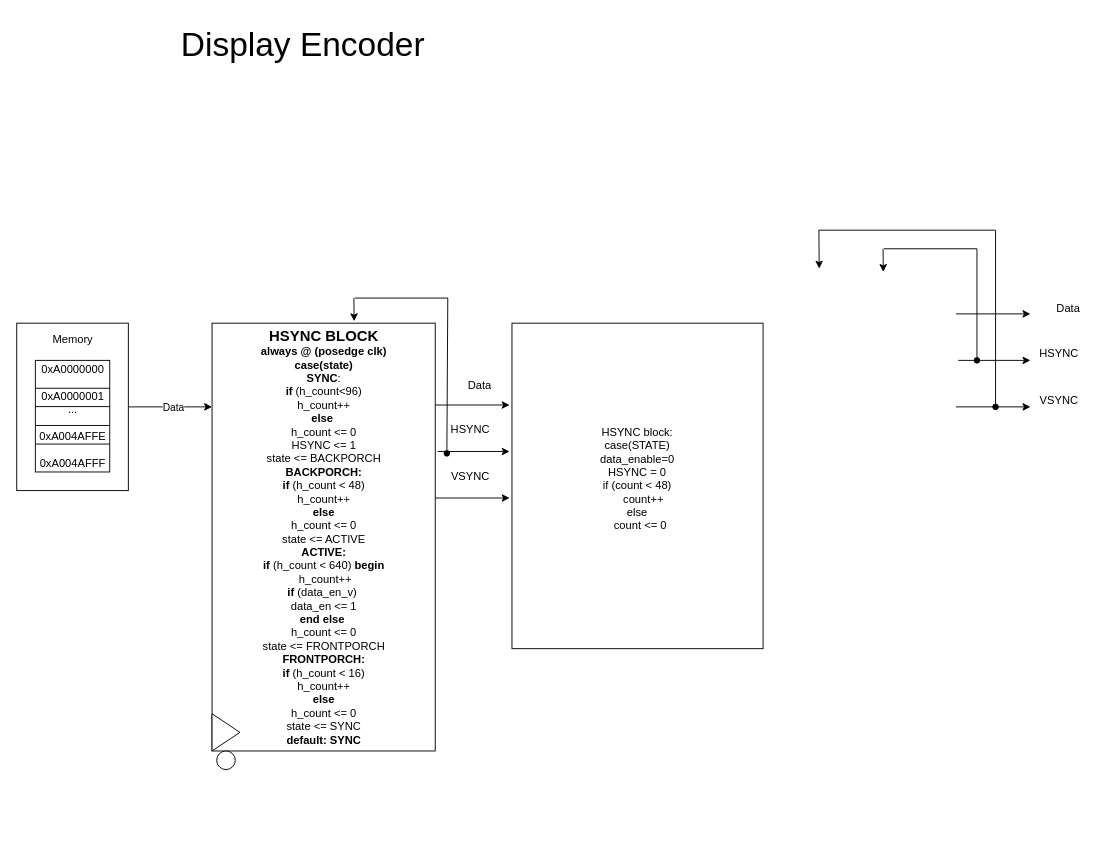
Above: Display_Encoder.drawio in limichael246/STARS_2024 (draw.io), before the change. Source tidied: cells renumbered, new cells numbered last; positions are measured from the earlier drawing's top-left corner, leaving out a move shared by most shapes. Both pictures are drawn from the tidied source at 93%, with x=0, y=0 at pixel (17, 16).
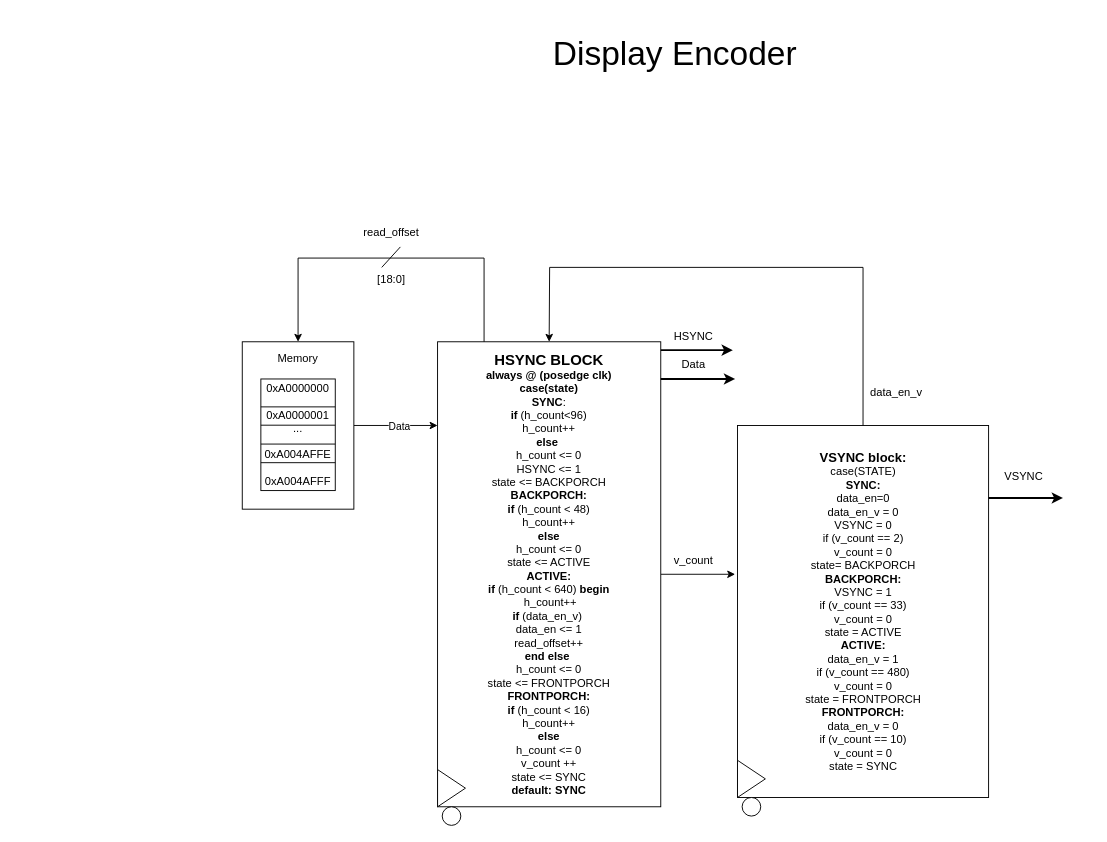
The same page after the edit.

Change to the diagram source:
```diff
@@
     <mxCell id="2" value="&lt;font style=&quot;font-size: 36px;&quot;&gt;Display Encoder&lt;/font&gt;" style="text;html=1;align=center;verticalAlign=middle;strokeColor=none;fillColor=none;" parent="1" vertex="1">
-      <mxGeometry x="162" width="290" height="60" as="geometry" />
+      <mxGeometry x="562" y="10" width="290" height="60" as="geometry" />
     </mxCell>
     <mxCell id="3" style="edgeStyle=none;rounded=0;jettySize=auto;html=1;exitX=1;exitY=0.5;exitDx=0;exitDy=0;" parent="1" edge="1" source="5">
       <mxGeometry relative="1" as="geometry">
-        <mxPoint x="209.5" y="420" as="targetPoint" />
+        <mxPoint x="452" y="440" as="targetPoint" />
       </mxGeometry>
     </mxCell>
@@
     <mxCell id="5" value="Memory&lt;div&gt;&lt;br&gt;&lt;/div&gt;&lt;div&gt;&lt;br&gt;&lt;/div&gt;&lt;div&gt;&lt;br&gt;&lt;/div&gt;&lt;div&gt;&lt;br&gt;&lt;/div&gt;&lt;div&gt;&lt;br&gt;&lt;/div&gt;&lt;div&gt;&lt;br&gt;&lt;/div&gt;&lt;div&gt;&lt;br&gt;&lt;/div&gt;&lt;div&gt;&lt;br&gt;&lt;/div&gt;&lt;div&gt;&lt;br&gt;&lt;/div&gt;&lt;div&gt;&lt;br&gt;&lt;/div&gt;" style="whiteSpace=wrap;html=1;" parent="1" vertex="1">
-      <mxGeometry x="-0.5" y="330" width="120" height="180" as="geometry" />
+      <mxGeometry x="242" y="350" width="120" height="180" as="geometry" />
     </mxCell>
     <mxCell id="6" value="0xA0000000&lt;div&gt;&lt;br&gt;&lt;div&gt;0xA0000001&lt;/div&gt;&lt;div&gt;&lt;span style=&quot;background-color: initial;&quot;&gt;...&lt;/span&gt;&lt;br&gt;&lt;/div&gt;&lt;div&gt;&lt;span style=&quot;background-color: initial;&quot;&gt;&lt;br&gt;&lt;/span&gt;&lt;/div&gt;&lt;div&gt;&lt;span style=&quot;background-color: initial;&quot;&gt;0xA004AFFE&lt;/span&gt;&lt;br&gt;&lt;/div&gt;&lt;div&gt;&lt;br&gt;&lt;/div&gt;&lt;div&gt;&lt;div&gt;0xA004AFFF&lt;/div&gt;&lt;/div&gt;&lt;/div&gt;" style="whiteSpace=wrap;html=1;" parent="1" vertex="1">
-      <mxGeometry x="19.5" y="370" width="80" height="120" as="geometry" />
+      <mxGeometry x="262" y="390" width="80" height="120" as="geometry" />
     </mxCell>
     <mxCell id="7" style="edgeStyle=none;rounded=0;orthogonalLoop=1;jettySize=auto;html=1;exitX=0;exitY=0.5;exitDx=0;exitDy=0;entryX=1;entryY=0.5;entryDx=0;entryDy=0;endArrow=none;endFill=0;" parent="1" edge="1">
       <mxGeometry relative="1" as="geometry">
-        <mxPoint x="19.5" y="419.7" as="sourcePoint" />
-        <mxPoint x="99.5" y="419.7" as="targetPoint" />
+        <mxPoint x="262" y="439.7" as="sourcePoint" />
+        <mxPoint x="342" y="439.7" as="targetPoint" />
       </mxGeometry>
     </mxCell>
     <mxCell id="8" style="edgeStyle=none;rounded=0;orthogonalLoop=1;jettySize=auto;html=1;exitX=0;exitY=0.5;exitDx=0;exitDy=0;entryX=1;entryY=0.5;entryDx=0;entryDy=0;endArrow=none;endFill=0;" parent="1" edge="1">
       <mxGeometry relative="1" as="geometry">
-        <mxPoint x="19.5" y="400" as="sourcePoint" />
-        <mxPoint x="99.5" y="400" as="targetPoint" />
+        <mxPoint x="262" y="420" as="sourcePoint" />
+        <mxPoint x="342" y="420" as="targetPoint" />
       </mxGeometry>
     </mxCell>
     <mxCell id="9" style="edgeStyle=none;rounded=0;orthogonalLoop=1;jettySize=auto;html=1;exitX=0;exitY=0.5;exitDx=0;exitDy=0;entryX=1;entryY=0.5;entryDx=0;entryDy=0;endArrow=none;endFill=0;" parent="1" edge="1">
       <mxGeometry relative="1" as="geometry">
-        <mxPoint x="19.5" y="460" as="sourcePoint" />
-        <mxPoint x="99.5" y="460" as="targetPoint" />
+        <mxPoint x="262" y="480" as="sourcePoint" />
+        <mxPoint x="342" y="480" as="targetPoint" />
       </mxGeometry>
     </mxCell>
     <mxCell id="10" style="edgeStyle=none;rounded=0;orthogonalLoop=1;jettySize=auto;html=1;exitX=0;exitY=0.5;exitDx=0;exitDy=0;entryX=1;entryY=0.5;entryDx=0;entryDy=0;endArrow=none;endFill=0;" parent="1" edge="1">
       <mxGeometry relative="1" as="geometry">
-        <mxPoint x="19.5" y="440" as="sourcePoint" />
-        <mxPoint x="99.5" y="440" as="targetPoint" />
+        <mxPoint x="262" y="460" as="sourcePoint" />
+        <mxPoint x="342" y="460" as="targetPoint" />
       </mxGeometry>
     </mxCell>
-    <mxCell id="11" style="edgeStyle=none;rounded=0;orthogonalLoop=1;jettySize=auto;html=1;" parent="1" edge="1">
-      <mxGeometry relative="1" as="geometry">
-        <mxPoint x="1012" y="370" as="sourcePoint" />
-        <mxPoint x="1089.5" y="370" as="targetPoint" />
-      </mxGeometry>
-    </mxCell>
+    <mxCell id="36" style="edgeStyle=none;rounded=0;jettySize=auto;html=1;exitX=1;exitY=0.5;exitDx=0;exitDy=0;" parent="1" edge="1" source="12">
+      <mxGeometry relative="1" as="geometry">
+        <mxPoint x="772" y="600" as="targetPoint" />
+      </mxGeometry>
+    </mxCell>
-    <mxCell id="12" value="&lt;div&gt;&lt;b&gt;&lt;font size=&quot;3&quot;&gt;HSYNC BLOCK&lt;/font&gt;&lt;/b&gt;&lt;/div&gt;&lt;b&gt;always @ (posedge clk)&lt;/b&gt;&lt;div&gt;&lt;b&gt;case(state)&lt;/b&gt;&lt;/div&gt;&lt;div&gt;&lt;b&gt;SYNC&lt;/b&gt;:&lt;/div&gt;&lt;div&gt;&lt;b&gt;if &lt;/b&gt;(h_count&amp;lt;96)&lt;/div&gt;&lt;div&gt;h_count++&lt;/div&gt;&lt;div&gt;&lt;b&gt;else&lt;/b&gt;&amp;nbsp;&lt;/div&gt;&lt;div&gt;h_count &amp;lt;= 0&lt;/div&gt;&lt;div&gt;HSYNC &amp;lt;= 1&lt;/div&gt;&lt;div&gt;state &amp;lt;= BACKPORCH&lt;/div&gt;&lt;div&gt;&lt;b&gt;BACKPORCH:&lt;/b&gt;&lt;/div&gt;&lt;div&gt;&lt;b&gt;if&amp;nbsp;&lt;/b&gt;(h_count &amp;lt; 48)&lt;/div&gt;&lt;div&gt;h_count++&lt;/div&gt;&lt;div&gt;&lt;b&gt;else&lt;/b&gt;&lt;/div&gt;&lt;div&gt;h_count &amp;lt;= 0&lt;/div&gt;&lt;div&gt;state &amp;lt;= ACTIVE&lt;/div&gt;&lt;div&gt;&lt;b&gt;ACTIVE:&lt;/b&gt;&lt;/div&gt;&lt;div&gt;&lt;b&gt;if&lt;/b&gt; (h_count &amp;lt; 640) &lt;b&gt;begin&lt;/b&gt;&lt;/div&gt;&lt;div&gt;&amp;nbsp;h_count++&lt;/div&gt;&lt;div&gt;&lt;b style=&quot;background-color: initial;&quot;&gt;if &lt;/b&gt;&lt;span style=&quot;background-color: initial;&quot;&gt;(data_en_v)&amp;nbsp;&lt;/span&gt;&lt;/div&gt;&lt;div&gt;data_en &amp;lt;= 1&lt;/div&gt;&lt;div&gt;&lt;b&gt;end else&amp;nbsp;&lt;/b&gt;&lt;/div&gt;&lt;div&gt;h_count &amp;lt;= 0&lt;/div&gt;&lt;div&gt;state &amp;lt;= FRONTPORCH&lt;/div&gt;&lt;div&gt;&lt;b&gt;FRONTPORCH:&lt;/b&gt;&lt;/div&gt;&lt;div&gt;&lt;b&gt;if &lt;/b&gt;(h_count &amp;lt; 16)&lt;/div&gt;&lt;div&gt;h_count++&lt;/div&gt;&lt;div&gt;&lt;b&gt;else&lt;/b&gt;&lt;/div&gt;&lt;div&gt;h_count &amp;lt;= 0&lt;/div&gt;&lt;div&gt;state &amp;lt;= SYNC&lt;/div&gt;&lt;div&gt;&lt;b&gt;default: SYNC&lt;/b&gt;&lt;/div&gt;" style="whiteSpace=wrap;html=1;" parent="1" vertex="1">
-      <mxGeometry x="209.5" y="330" width="240" height="460" as="geometry" />
+    <mxCell id="12" value="&lt;div&gt;&lt;b&gt;&lt;font size=&quot;3&quot;&gt;HSYNC BLOCK&lt;/font&gt;&lt;/b&gt;&lt;/div&gt;&lt;b&gt;always @ (posedge clk)&lt;/b&gt;&lt;div&gt;&lt;b&gt;case(state)&lt;/b&gt;&lt;/div&gt;&lt;div&gt;&lt;b&gt;SYNC&lt;/b&gt;:&lt;/div&gt;&lt;div&gt;&lt;b&gt;if &lt;/b&gt;(h_count&amp;lt;96)&lt;/div&gt;&lt;div&gt;h_count++&lt;/div&gt;&lt;div&gt;&lt;b&gt;else&lt;/b&gt;&amp;nbsp;&lt;/div&gt;&lt;div&gt;h_count &amp;lt;= 0&lt;/div&gt;&lt;div&gt;HSYNC &amp;lt;= 1&lt;/div&gt;&lt;div&gt;state &amp;lt;= BACKPORCH&lt;/div&gt;&lt;div&gt;&lt;b&gt;BACKPORCH:&lt;/b&gt;&lt;/div&gt;&lt;div&gt;&lt;b&gt;if&amp;nbsp;&lt;/b&gt;(h_count &amp;lt; 48)&lt;/div&gt;&lt;div&gt;h_count++&lt;/div&gt;&lt;div&gt;&lt;b&gt;else&lt;/b&gt;&lt;/div&gt;&lt;div&gt;h_count &amp;lt;= 0&lt;/div&gt;&lt;div&gt;state &amp;lt;= ACTIVE&lt;/div&gt;&lt;div&gt;&lt;b&gt;ACTIVE:&lt;/b&gt;&lt;/div&gt;&lt;div&gt;&lt;b&gt;if&lt;/b&gt; (h_count &amp;lt; 640) &lt;b&gt;begin&lt;/b&gt;&lt;/div&gt;&lt;div&gt;&amp;nbsp;h_count++&lt;/div&gt;&lt;div&gt;&lt;b style=&quot;background-color: initial;&quot;&gt;if &lt;/b&gt;&lt;span style=&quot;background-color: initial;&quot;&gt;(data_en_v)&amp;nbsp;&lt;/span&gt;&lt;/div&gt;&lt;div&gt;data_en &amp;lt;= 1&lt;/div&gt;&lt;div&gt;read_offset++&lt;/div&gt;&lt;div&gt;&lt;b&gt;end else&amp;nbsp;&lt;/b&gt;&lt;/div&gt;&lt;div&gt;h_count &amp;lt;= 0&lt;/div&gt;&lt;div&gt;state &amp;lt;= FRONTPORCH&lt;/div&gt;&lt;div&gt;&lt;b&gt;FRONTPORCH:&lt;/b&gt;&lt;/div&gt;&lt;div&gt;&lt;b&gt;if &lt;/b&gt;(h_count &amp;lt; 16)&lt;/div&gt;&lt;div&gt;h_count++&lt;/div&gt;&lt;div&gt;&lt;b&gt;else&lt;/b&gt;&lt;/div&gt;&lt;div&gt;h_count &amp;lt;= 0&lt;/div&gt;&lt;div&gt;v_count ++&lt;/div&gt;&lt;div&gt;state &amp;lt;= SYNC&lt;/div&gt;&lt;div&gt;&lt;b&gt;default: SYNC&lt;/b&gt;&lt;/div&gt;" style="whiteSpace=wrap;html=1;" parent="1" vertex="1">
+      <mxGeometry x="452" y="350" width="240" height="500" as="geometry" />
     </mxCell>
     <mxCell id="13" style="triangle;whiteSpace=wrap;html=1;" parent="1" vertex="1">
-      <mxGeometry x="209.5" y="750" width="30" height="40" as="geometry" />
+      <mxGeometry x="452" y="810" width="30" height="40" as="geometry" />
     </mxCell>
     <mxCell id="14" style="ellipse;whiteSpace=wrap;html=1;" parent="1" vertex="1">
-      <mxGeometry x="214.5" y="790" width="20" height="20" as="geometry" />
+      <mxGeometry x="457" y="850" width="20" height="20" as="geometry" />
     </mxCell>
-    <mxCell id="15" style="edgeStyle=none;rounded=0;orthogonalLoop=1;jettySize=auto;html=1;exitX=1;exitY=0.5;exitDx=0;exitDy=0;" parent="1" edge="1">
+    <mxCell id="15" style="edgeStyle=none;rounded=0;orthogonalLoop=1;jettySize=auto;html=1;exitX=1;exitY=0.5;exitDx=0;exitDy=0;strokeWidth=2;" parent="1" edge="1">
       <mxGeometry relative="1" as="geometry">
-        <mxPoint x="1009.5" y="320" as="sourcePoint" />
-        <mxPoint x="1089.5" y="320" as="targetPoint" />
+        <mxPoint x="692" y="390" as="sourcePoint" />
+        <mxPoint x="772" y="390" as="targetPoint" />
       </mxGeometry>
     </mxCell>
-    <mxCell id="16" style="edgeStyle=none;rounded=0;orthogonalLoop=1;jettySize=auto;html=1;exitX=1;exitY=0.5;exitDx=0;exitDy=0;" parent="1" edge="1">
-      <mxGeometry relative="1" as="geometry">
-        <mxPoint x="1009.5" y="420" as="sourcePoint" />
-        <mxPoint x="1089.5" y="420" as="targetPoint" />
-      </mxGeometry>
-    </mxCell>
-    <mxCell id="17" value="Data" style="text;html=1;align=center;verticalAlign=middle;strokeColor=none;fillColor=none;" parent="1" vertex="1">
-      <mxGeometry x="1104.5" y="300" width="50" height="30" as="geometry" />
+    <mxCell id="17" value="Data" style="text;html=1;align=center;verticalAlign=middle;strokeColor=none;fillColor=none;strokeWidth=2;" parent="1" vertex="1">
+      <mxGeometry x="702" y="360" width="50" height="30" as="geometry" />
     </mxCell>
-    <mxCell id="18" value="HSYNC" style="text;html=1;align=center;verticalAlign=middle;strokeColor=none;fillColor=none;" parent="1" vertex="1">
-      <mxGeometry x="1084.5" y="348" width="70" height="30" as="geometry" />
-    </mxCell>
-    <mxCell id="19" value="VSYNC" style="text;html=1;align=center;verticalAlign=middle;strokeColor=none;fillColor=none;" parent="1" vertex="1">
-      <mxGeometry x="1089.5" y="398" width="60" height="30" as="geometry" />
-    </mxCell>
-    <mxCell id="20" style="edgeStyle=none;orthogonalLoop=1;jettySize=auto;html=1;rounded=0;endArrow=none;endFill=0;startArrow=oval;startFill=1;" parent="1" edge="1">
-      <mxGeometry relative="1" as="geometry">
-        <mxPoint x="1032" y="370" as="sourcePoint" />
-        <mxPoint x="1032" y="250" as="targetPoint" />
-      </mxGeometry>
-    </mxCell>
-    <mxCell id="21" style="edgeStyle=none;orthogonalLoop=1;jettySize=auto;html=1;rounded=0;endArrow=none;endFill=0;startArrow=oval;startFill=1;" parent="1" edge="1">
-      <mxGeometry relative="1" as="geometry">
-        <mxPoint x="1052" y="420" as="sourcePoint" />
-        <mxPoint x="1052" y="230" as="targetPoint" />
-      </mxGeometry>
-    </mxCell>
-    <mxCell id="22" style="edgeStyle=none;orthogonalLoop=1;jettySize=auto;html=1;rounded=0;endArrow=none;endFill=0;" parent="1" edge="1">
-      <mxGeometry relative="1" as="geometry">
-        <mxPoint x="932" y="250" as="sourcePoint" />
-        <mxPoint x="1032" y="250" as="targetPoint" />
-      </mxGeometry>
-    </mxCell>
-    <mxCell id="23" style="edgeStyle=none;orthogonalLoop=1;jettySize=auto;html=1;rounded=0;endArrow=none;endFill=0;" parent="1" edge="1">
-      <mxGeometry relative="1" as="geometry">
-        <mxPoint x="862" y="230" as="sourcePoint" />
-        <mxPoint x="1052" y="230" as="targetPoint" />
-      </mxGeometry>
-    </mxCell>
-    <mxCell id="24" style="edgeStyle=none;orthogonalLoop=1;jettySize=auto;html=1;rounded=0;entryX=0.674;entryY=-0.011;entryDx=0;entryDy=0;entryPerimeter=0;" parent="1" edge="1">
-      <mxGeometry relative="1" as="geometry">
-        <mxPoint x="931" y="250" as="sourcePoint" />
-        <mxPoint x="931.3" y="274.9" as="targetPoint" />
-      </mxGeometry>
-    </mxCell>
-    <mxCell id="25" style="edgeStyle=none;orthogonalLoop=1;jettySize=auto;html=1;rounded=0;entryX=0.387;entryY=-0.019;entryDx=0;entryDy=0;entryPerimeter=0;" parent="1" edge="1">
-      <mxGeometry relative="1" as="geometry">
-        <mxPoint x="862" y="230" as="sourcePoint" />
-        <mxPoint x="862.4" y="271.3" as="targetPoint" />
-      </mxGeometry>
-    </mxCell>
-    <mxCell id="26" value="HSYNC block:&lt;div&gt;case(STATE)&lt;br&gt;&lt;div&gt;data_enable=0&lt;/div&gt;&lt;div&gt;HSYNC = 0&lt;/div&gt;&lt;div&gt;&lt;div&gt;if (count &amp;lt; 48)&lt;/div&gt;&lt;div&gt;&amp;nbsp; &amp;nbsp; count++&lt;/div&gt;&lt;div&gt;&lt;span style=&quot;background-color: initial;&quot;&gt;else&lt;/span&gt;&lt;/div&gt;&lt;div&gt;&amp;nbsp; count &amp;lt;= 0&lt;/div&gt;&lt;/div&gt;&lt;div&gt;&lt;br&gt;&lt;/div&gt;&lt;/div&gt;" style="whiteSpace=wrap;html=1;" parent="1" vertex="1">
-      <mxGeometry x="532" y="330" width="270" height="350" as="geometry" />
+    <mxCell id="26" value="&lt;b&gt;&lt;font style=&quot;font-size: 14px;&quot;&gt;VSYNC block:&lt;/font&gt;&lt;/b&gt;&lt;div&gt;case(STATE)&lt;/div&gt;&lt;div&gt;&lt;b&gt;SYNC:&lt;/b&gt;&lt;br&gt;&lt;div&gt;data_en=0&lt;/div&gt;&lt;div&gt;data_en_v = 0&lt;/div&gt;&lt;div&gt;VSYNC = 0&lt;/div&gt;&lt;div&gt;&lt;div&gt;if (v_count == 2)&lt;/div&gt;&lt;div&gt;v_count = 0&lt;/div&gt;&lt;/div&gt;&lt;div&gt;state= BACKPORCH&lt;/div&gt;&lt;div&gt;&lt;b&gt;BACKPORCH:&lt;/b&gt;&lt;/div&gt;&lt;div&gt;VSYNC = 1&lt;/div&gt;&lt;div&gt;&lt;div&gt;&lt;div&gt;if (v_count == 33)&lt;/div&gt;&lt;div&gt;v_count = 0&lt;/div&gt;&lt;/div&gt;&lt;div&gt;state = ACTIVE&lt;/div&gt;&lt;/div&gt;&lt;div&gt;&lt;b&gt;ACTIVE:&lt;/b&gt;&lt;/div&gt;&lt;div&gt;data_en_v = 1&lt;/div&gt;&lt;div&gt;&lt;div&gt;&lt;div&gt;if (v_count == 480)&lt;/div&gt;&lt;div&gt;v_count = 0&lt;/div&gt;&lt;/div&gt;&lt;div&gt;state = FRONTPORCH&lt;/div&gt;&lt;/div&gt;&lt;div&gt;&lt;b&gt;FRONTPORCH:&lt;/b&gt;&lt;br&gt;&lt;/div&gt;&lt;div&gt;data_en_v = 0&lt;/div&gt;&lt;/div&gt;&lt;div&gt;&lt;div&gt;&lt;div&gt;if (v_count == 10)&lt;/div&gt;&lt;div&gt;v_count = 0&lt;/div&gt;&lt;/div&gt;&lt;div&gt;state = SYNC&lt;/div&gt;&lt;/div&gt;" style="whiteSpace=wrap;html=1;" parent="1" vertex="1">
+      <mxGeometry x="774.5" y="440" width="270" height="400" as="geometry" />
     </mxCell>
-    <mxCell id="27" style="edgeStyle=none;rounded=0;orthogonalLoop=1;jettySize=auto;html=1;" parent="1" edge="1">
+    <mxCell id="27" style="edgeStyle=none;rounded=0;orthogonalLoop=1;jettySize=auto;html=1;strokeWidth=2;" parent="1" edge="1">
       <mxGeometry relative="1" as="geometry">
-        <mxPoint x="452" y="468" as="sourcePoint" />
-        <mxPoint x="529.5" y="468" as="targetPoint" />
+        <mxPoint x="692" y="359" as="sourcePoint" />
+        <mxPoint x="769.5" y="359" as="targetPoint" />
       </mxGeometry>
     </mxCell>
-    <mxCell id="28" style="edgeStyle=none;rounded=0;orthogonalLoop=1;jettySize=auto;html=1;exitX=1;exitY=0.5;exitDx=0;exitDy=0;" parent="1" edge="1">
-      <mxGeometry relative="1" as="geometry">
-        <mxPoint x="449.5" y="418" as="sourcePoint" />
-        <mxPoint x="529.5" y="418" as="targetPoint" />
-      </mxGeometry>
-    </mxCell>
-    <mxCell id="29" style="edgeStyle=none;rounded=0;orthogonalLoop=1;jettySize=auto;html=1;exitX=1;exitY=0.5;exitDx=0;exitDy=0;" parent="1" edge="1">
+    <mxCell id="29" style="edgeStyle=none;rounded=0;orthogonalLoop=1;jettySize=auto;html=1;exitX=1;exitY=0.5;exitDx=0;exitDy=0;strokeWidth=2;" parent="1" edge="1">
       <mxGeometry relative="1" as="geometry">
-        <mxPoint x="449.5" y="518" as="sourcePoint" />
-        <mxPoint x="529.5" y="518" as="targetPoint" />
+        <mxPoint x="1044.5" y="518" as="sourcePoint" />
+        <mxPoint x="1124.5" y="518" as="targetPoint" />
       </mxGeometry>
     </mxCell>
-    <mxCell id="30" value="Data" style="text;html=1;align=center;verticalAlign=middle;strokeColor=none;fillColor=none;" parent="1" vertex="1">
-      <mxGeometry x="472" y="382" width="50" height="30" as="geometry" />
-    </mxCell>
-    <mxCell id="31" value="HSYNC" style="text;html=1;align=center;verticalAlign=middle;strokeColor=none;fillColor=none;" parent="1" vertex="1">
-      <mxGeometry x="452" y="430" width="70" height="30" as="geometry" />
+    <mxCell id="31" value="HSYNC" style="text;html=1;align=center;verticalAlign=middle;strokeColor=none;fillColor=none;strokeWidth=2;" parent="1" vertex="1">
+      <mxGeometry x="692" y="330" width="70" height="30" as="geometry" />
     </mxCell>
-    <mxCell id="32" value="VSYNC" style="text;html=1;align=center;verticalAlign=middle;strokeColor=none;fillColor=none;" parent="1" vertex="1">
-      <mxGeometry x="457" y="480" width="60" height="30" as="geometry" />
+    <mxCell id="32" value="VSYNC" style="text;html=1;align=center;verticalAlign=middle;strokeColor=none;fillColor=none;strokeWidth=2;" parent="1" vertex="1">
+      <mxGeometry x="1052" y="480" width="60" height="30" as="geometry" />
     </mxCell>
-    <mxCell id="33" style="edgeStyle=none;orthogonalLoop=1;jettySize=auto;html=1;rounded=0;endArrow=none;endFill=0;startArrow=oval;startFill=1;" parent="1" edge="1">
-      <mxGeometry relative="1" as="geometry">
-        <mxPoint x="462" y="470" as="sourcePoint" />
-        <mxPoint x="463" y="303" as="targetPoint" />
-      </mxGeometry>
-    </mxCell>
-    <mxCell id="34" style="edgeStyle=none;orthogonalLoop=1;jettySize=auto;html=1;rounded=0;endArrow=none;endFill=0;" parent="1" edge="1">
-      <mxGeometry relative="1" as="geometry">
-        <mxPoint x="363" y="303" as="sourcePoint" />
-        <mxPoint x="463" y="303" as="targetPoint" />
-      </mxGeometry>
-    </mxCell>
-    <mxCell id="35" style="edgeStyle=none;orthogonalLoop=1;jettySize=auto;html=1;rounded=0;entryX=0.674;entryY=-0.011;entryDx=0;entryDy=0;entryPerimeter=0;" parent="1" edge="1">
-      <mxGeometry relative="1" as="geometry">
-        <mxPoint x="362" y="303" as="sourcePoint" />
-        <mxPoint x="362.3" y="327.9" as="targetPoint" />
-      </mxGeometry>
-    </mxCell>
+    <mxCell id="37" style="triangle;whiteSpace=wrap;html=1;" parent="1" vertex="1">
+      <mxGeometry x="774.5" y="800" width="30" height="40" as="geometry" />
+    </mxCell>
+    <mxCell id="38" style="ellipse;whiteSpace=wrap;html=1;" parent="1" vertex="1">
+      <mxGeometry x="779.5" y="840" width="20" height="20" as="geometry" />
+    </mxCell>
+    <mxCell id="39" style="endArrow=classic;html=1;rounded=0;exitX=0.5;exitY=0;exitDx=0;exitDy=0;entryX=0.5;entryY=0;entryDx=0;entryDy=0;" parent="1" edge="1" source="26" target="12">
+      <mxGeometry relative="1" as="geometry">
+        <Array as="points">
+          <mxPoint x="909.5" y="270" />
+          <mxPoint x="572.5" y="270" />
+        </Array>
+      </mxGeometry>
+    </mxCell>
+    <mxCell id="40" value="data_en_v" style="text;html=1;align=center;verticalAlign=middle;strokeColor=none;fillColor=none;" parent="1" vertex="1">
+      <mxGeometry x="904.5" y="390" width="80" height="30" as="geometry" />
+    </mxCell>
+    <mxCell id="41" value="v_count" style="text;html=1;align=center;verticalAlign=middle;strokeColor=none;fillColor=none;" parent="1" vertex="1">
+      <mxGeometry x="692" y="570" width="70" height="30" as="geometry" />
+    </mxCell>
+    <mxCell id="42" style="endArrow=classic;html=1;rounded=0;entryX=0.5;entryY=0;entryDx=0;entryDy=0;" parent="1" edge="1" target="5">
+      <mxGeometry relative="1" as="geometry">
+        <mxPoint x="502" y="350" as="sourcePoint" />
+        <Array as="points">
+          <mxPoint x="502" y="260" />
+          <mxPoint x="302" y="260" />
+        </Array>
+      </mxGeometry>
+    </mxCell>
+    <mxCell id="43" value="read_offset" style="text;html=1;align=center;verticalAlign=middle;strokeColor=none;fillColor=none;" parent="1" vertex="1">
+      <mxGeometry x="362" y="218" width="80" height="30" as="geometry" />
+    </mxCell>
+    <mxCell id="44" style="endArrow=none;html=1;rounded=0;" parent="1" edge="1">
+      <mxGeometry relative="1" as="geometry">
+        <mxPoint x="392" y="270" as="sourcePoint" />
+        <mxPoint x="412" y="248" as="targetPoint" />
+      </mxGeometry>
+    </mxCell>
+    <mxCell id="45" value="[18:0]" style="text;html=1;align=center;verticalAlign=middle;strokeColor=none;fillColor=none;" parent="1" vertex="1">
+      <mxGeometry x="377" y="268" width="50" height="30" as="geometry" />
+    </mxCell>
```
